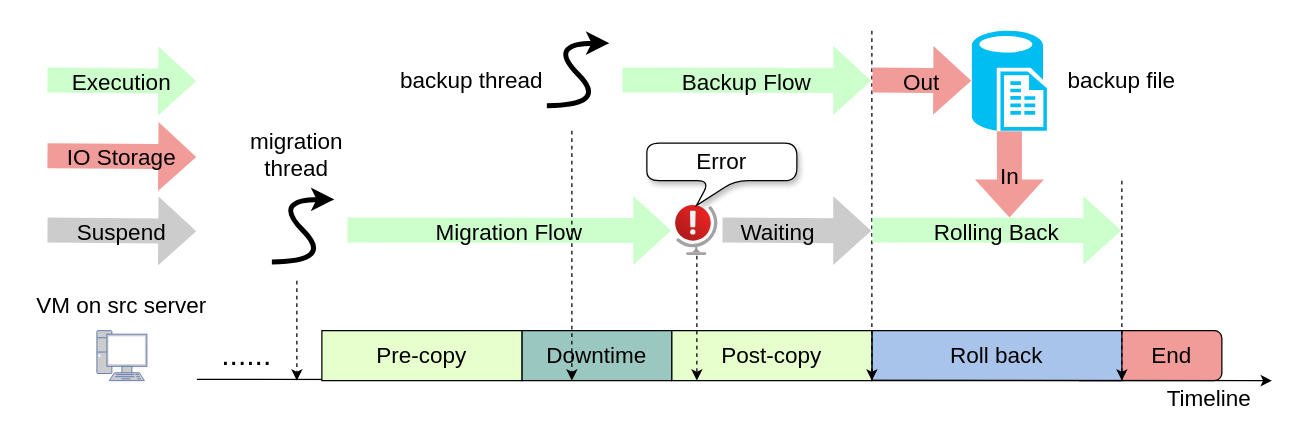
The draw.io diagram patterns/postcopy/postcopy error roll back timeline chinese ver.drawio in xuyizhe1999/drawio, before the edit. Source tidied: cells renumbered, new cells numbered last; positions are measured from the earlier drawing's top-left corner, leaving out a move shared by most shapes. Both pictures are drawn from the tidied source at 125%, with x=0, y=0 at pixel (21, 30).
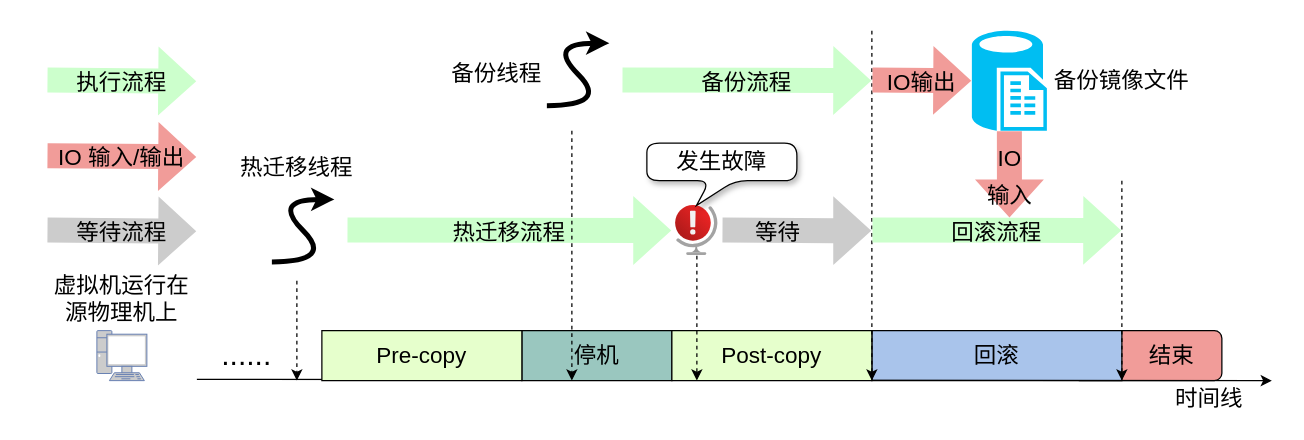
The same page after the edit.

What changed in the source:
```diff
@@
-    <mxCell id="3" value="&lt;font style=&quot;font-size: 18px;&quot;&gt;End&lt;/font&gt;" style="text;html=1;strokeColor=none;fillColor=none;align=center;verticalAlign=middle;whiteSpace=wrap;rounded=0;" parent="1" vertex="1">
+    <mxCell id="3" value="&lt;font style=&quot;font-size: 18px;&quot;&gt;结束&lt;/font&gt;" style="text;html=1;strokeColor=none;fillColor=none;align=center;verticalAlign=middle;whiteSpace=wrap;rounded=0;" parent="1" vertex="1">
       <mxGeometry x="890" y="245" width="60" height="30" as="geometry" />
     </mxCell>
-    <mxCell id="4" value="Roll back" style="rounded=0;whiteSpace=wrap;html=1;fontSize=18;fillColor=#A9C4EB;" parent="1" vertex="1">
+    <mxCell id="4" value="回滚" style="rounded=0;whiteSpace=wrap;html=1;fontSize=18;fillColor=#A9C4EB;" parent="1" vertex="1">
       <mxGeometry x="680" y="240" width="200" height="40" as="geometry" />
     </mxCell>
@@
-    <mxCell id="6" value="Downtime" style="rounded=0;whiteSpace=wrap;html=1;fontSize=18;fillColor=#9AC7BF;" parent="1" vertex="1">
+    <mxCell id="6" value="停机" style="rounded=0;whiteSpace=wrap;html=1;fontSize=18;fillColor=#9AC7BF;" parent="1" vertex="1">
       <mxGeometry x="400" y="240" width="120" height="40" as="geometry" />
     </mxCell>
@@
-    <mxCell id="8" value="Timeline" style="text;html=1;strokeColor=none;fillColor=none;align=center;verticalAlign=middle;whiteSpace=wrap;rounded=0;fontSize=18;" parent="1" vertex="1">
+    <mxCell id="8" value="时间线" style="text;html=1;strokeColor=none;fillColor=none;align=center;verticalAlign=middle;whiteSpace=wrap;rounded=0;fontSize=18;" parent="1" vertex="1">
       <mxGeometry x="900" y="280" width="100" height="30" as="geometry" />
     </mxCell>
@@
-    <mxCell id="10" value="VM on src server" style="text;html=1;strokeColor=none;fillColor=none;align=center;verticalAlign=middle;whiteSpace=wrap;rounded=0;fontSize=18;" parent="1" vertex="1">
-      <mxGeometry y="200" width="160" height="40" as="geometry" />
+    <mxCell id="10" value="虚拟机运行在&lt;br&gt;源物理机上" style="text;html=1;strokeColor=none;fillColor=none;align=center;verticalAlign=middle;whiteSpace=wrap;rounded=0;fontSize=18;" parent="1" vertex="1">
+      <mxGeometry y="190" width="160" height="50" as="geometry" />
     </mxCell>
@@
-    <mxCell id="15" value="Error" style="shape=callout;whiteSpace=wrap;html=1;perimeter=calloutPerimeter;fontSize=18;size=20;position=0.42;base=20;position2=0.33;rounded=1;shadow=1;" parent="1" vertex="1">
+    <mxCell id="15" value="发生故障" style="shape=callout;whiteSpace=wrap;html=1;perimeter=calloutPerimeter;fontSize=18;size=20;position=0.42;base=20;position2=0.33;rounded=1;shadow=1;" parent="1" vertex="1">
       <mxGeometry x="500" y="90" width="120" height="50" as="geometry" />
     </mxCell>
@@
-    <mxCell id="18" value="&lt;font style=&quot;font-size: 18px;&quot;&gt;migration thread&lt;/font&gt;" style="text;html=1;strokeColor=none;fillColor=none;align=center;verticalAlign=middle;whiteSpace=wrap;rounded=0;" parent="1" vertex="1">
-      <mxGeometry x="160" y="80" width="120" height="40" as="geometry" />
+    <mxCell id="18" value="&lt;font style=&quot;font-size: 18px;&quot;&gt;热迁移线程&lt;/font&gt;" style="text;html=1;strokeColor=none;fillColor=none;align=center;verticalAlign=middle;whiteSpace=wrap;rounded=0;" parent="1" vertex="1">
+      <mxGeometry x="160" y="90" width="120" height="40" as="geometry" />
     </mxCell>
@@
-    <mxCell id="21" value="&lt;font style=&quot;font-size: 18px;&quot;&gt;Migration Flow&lt;/font&gt;" style="text;html=1;strokeColor=none;fillColor=none;align=center;verticalAlign=middle;whiteSpace=wrap;rounded=0;fontSize=24;" parent="1" vertex="1">
+    <mxCell id="21" value="&lt;font style=&quot;font-size: 18px;&quot;&gt;热迁移流程&lt;/font&gt;" style="text;html=1;strokeColor=none;fillColor=none;align=center;verticalAlign=middle;whiteSpace=wrap;rounded=0;fontSize=24;" parent="1" vertex="1">
       <mxGeometry x="300" y="140" width="180" height="40" as="geometry" />
     </mxCell>
@@
-    <mxCell id="23" value="&lt;font style=&quot;font-size: 18px;&quot;&gt;backup thread&lt;/font&gt;" style="text;html=1;strokeColor=none;fillColor=none;align=center;verticalAlign=middle;whiteSpace=wrap;rounded=0;" parent="1" vertex="1">
-      <mxGeometry x="300" y="20" width="120" height="40" as="geometry" />
+    <mxCell id="23" value="&lt;font style=&quot;font-size: 18px;&quot;&gt;备份线程&lt;/font&gt;" style="text;html=1;strokeColor=none;fillColor=none;align=center;verticalAlign=middle;whiteSpace=wrap;rounded=0;" parent="1" vertex="1">
+      <mxGeometry x="320" y="15" width="120" height="40" as="geometry" />
     </mxCell>
@@
-    <mxCell id="26" value="&lt;font style=&quot;font-size: 18px;&quot;&gt;Backup Flow&lt;/font&gt;" style="text;html=1;strokeColor=none;fillColor=none;align=center;verticalAlign=middle;whiteSpace=wrap;rounded=0;fontSize=24;" parent="1" vertex="1">
+    <mxCell id="26" value="&lt;font style=&quot;font-size: 18px;&quot;&gt;备份流程&lt;/font&gt;" style="text;html=1;strokeColor=none;fillColor=none;align=center;verticalAlign=middle;whiteSpace=wrap;rounded=0;fontSize=24;" parent="1" vertex="1">
       <mxGeometry x="500" y="20" width="160" height="40" as="geometry" />
     </mxCell>
-    <mxCell id="27" value="&lt;font style=&quot;font-size: 18px;&quot;&gt;Waiting&lt;/font&gt;" style="text;html=1;strokeColor=none;fillColor=none;align=center;verticalAlign=middle;whiteSpace=wrap;rounded=0;fontSize=24;" parent="1" vertex="1">
+    <mxCell id="27" value="&lt;span style=&quot;font-size: 18px;&quot;&gt;等待&lt;/span&gt;" style="text;html=1;strokeColor=none;fillColor=none;align=center;verticalAlign=middle;whiteSpace=wrap;rounded=0;fontSize=24;" parent="1" vertex="1">
       <mxGeometry x="560" y="140" width="90" height="40" as="geometry" />
     </mxCell>
@@
-    <mxCell id="30" value="&lt;font style=&quot;font-size: 18px;&quot;&gt;Rolling Back&lt;/font&gt;" style="text;html=1;strokeColor=none;fillColor=none;align=center;verticalAlign=middle;whiteSpace=wrap;rounded=0;fontSize=24;" parent="1" vertex="1">
+    <mxCell id="30" value="&lt;span style=&quot;font-size: 18px;&quot;&gt;回滚流程&lt;/span&gt;" style="text;html=1;strokeColor=none;fillColor=none;align=center;verticalAlign=middle;whiteSpace=wrap;rounded=0;fontSize=24;" parent="1" vertex="1">
       <mxGeometry x="700" y="140" width="160" height="40" as="geometry" />
     </mxCell>
@@
-    <mxCell id="37" value="&lt;font style=&quot;font-size: 18px;&quot;&gt;Execution&lt;/font&gt;" style="text;html=1;strokeColor=none;fillColor=none;align=center;verticalAlign=middle;whiteSpace=wrap;rounded=0;fontSize=24;" parent="1" vertex="1">
+    <mxCell id="37" value="&lt;font style=&quot;font-size: 18px;&quot;&gt;执行流程&lt;/font&gt;" style="text;html=1;strokeColor=none;fillColor=none;align=center;verticalAlign=middle;whiteSpace=wrap;rounded=0;fontSize=24;" parent="1" vertex="1">
       <mxGeometry x="20" y="20" width="120" height="40" as="geometry" />
     </mxCell>
-    <mxCell id="38" value="&lt;font style=&quot;font-size: 18px;&quot;&gt;IO Storage&lt;/font&gt;" style="text;html=1;strokeColor=none;fillColor=none;align=center;verticalAlign=middle;whiteSpace=wrap;rounded=0;fontSize=24;" parent="1" vertex="1">
+    <mxCell id="38" value="&lt;font style=&quot;font-size: 18px;&quot;&gt;IO 输入/输出&lt;/font&gt;" style="text;html=1;strokeColor=none;fillColor=none;align=center;verticalAlign=middle;whiteSpace=wrap;rounded=0;fontSize=24;" parent="1" vertex="1">
       <mxGeometry x="20" y="80" width="120" height="40" as="geometry" />
     </mxCell>
-    <mxCell id="39" value="&lt;font style=&quot;font-size: 18px;&quot;&gt;Suspend&lt;/font&gt;" style="text;html=1;strokeColor=none;fillColor=none;align=center;verticalAlign=middle;whiteSpace=wrap;rounded=0;fontSize=24;" parent="1" vertex="1">
+    <mxCell id="39" value="&lt;font style=&quot;font-size: 18px;&quot;&gt;等待流程&lt;/font&gt;" style="text;html=1;strokeColor=none;fillColor=none;align=center;verticalAlign=middle;whiteSpace=wrap;rounded=0;fontSize=24;" parent="1" vertex="1">
       <mxGeometry x="20" y="140" width="120" height="40" as="geometry" />
     </mxCell>
@@
-    <mxCell id="41" value="&lt;font style=&quot;font-size: 18px;&quot;&gt;Out&lt;/font&gt;" style="text;html=1;strokeColor=none;fillColor=none;align=center;verticalAlign=middle;whiteSpace=wrap;rounded=0;fontSize=24;" parent="1" vertex="1">
+    <mxCell id="41" value="&lt;font style=&quot;font-size: 18px;&quot;&gt;IO输出&lt;/font&gt;" style="text;html=1;strokeColor=none;fillColor=none;align=center;verticalAlign=middle;whiteSpace=wrap;rounded=0;fontSize=24;" parent="1" vertex="1">
       <mxGeometry x="690" y="20" width="60" height="40" as="geometry" />
     </mxCell>
@@
-    <mxCell id="43" value="&lt;font style=&quot;font-size: 18px;&quot;&gt;In&lt;/font&gt;" style="text;html=1;strokeColor=none;fillColor=none;align=center;verticalAlign=middle;whiteSpace=wrap;rounded=0;fontSize=24;" parent="1" vertex="1">
+    <mxCell id="43" value="&lt;font style=&quot;font-size: 18px;&quot;&gt;IO&lt;br&gt;输入&lt;br&gt;&lt;/font&gt;" style="text;html=1;strokeColor=none;fillColor=none;align=center;verticalAlign=middle;whiteSpace=wrap;rounded=0;fontSize=24;" parent="1" vertex="1">
       <mxGeometry x="750.5" y="95" width="79" height="40" as="geometry" />
     </mxCell>
-    <mxCell id="44" value="&lt;font style=&quot;font-size: 18px;&quot;&gt;backup file&lt;/font&gt;" style="text;html=1;strokeColor=none;fillColor=none;align=center;verticalAlign=middle;whiteSpace=wrap;rounded=0;" parent="1" vertex="1">
+    <mxCell id="44" value="&lt;font style=&quot;font-size: 18px;&quot;&gt;备份镜像文件&lt;/font&gt;" style="text;html=1;strokeColor=none;fillColor=none;align=center;verticalAlign=middle;whiteSpace=wrap;rounded=0;" parent="1" vertex="1">
       <mxGeometry x="820" y="15" width="120" height="50" as="geometry" />
     </mxCell>
```
